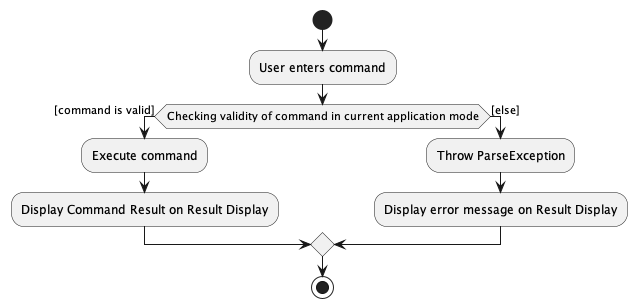
Earlier version of the PlantUML export docs/images/CommandValidityActivityDiagram.png (nus-cs2103-AY2223S2/tp).
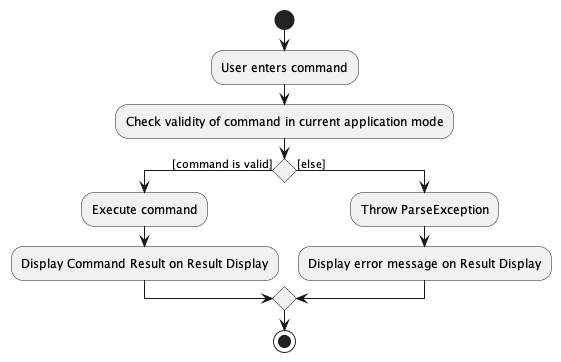
Later version of the same file.

The edit, as a diff of the source:
```diff
@@ -2,8 +2,8 @@
 
 start
 :User enters command;
-
-if (Checking validity of command in current application mode) then ([command is valid])
+:Check validity of command in current application mode;
+if () then ([command is valid])
     :Execute command;
     :Display Command Result on Result Display;
 else ([else])
```
